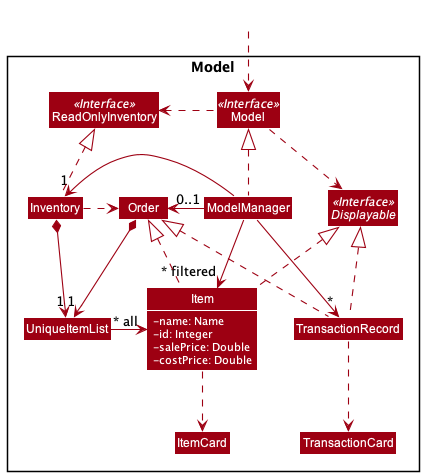
The PlantUML diagram docs/images/ModelClassDiagram.png in nus-cs2103-AY2122S1/tp, before a commit.
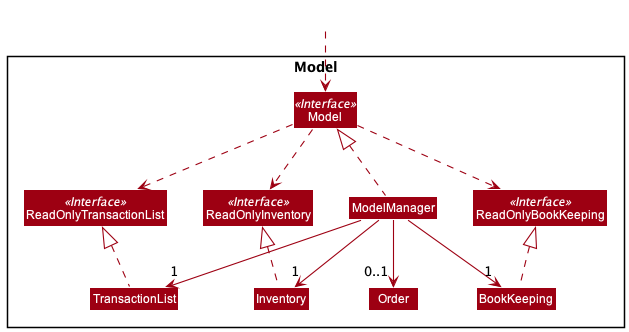
After the change.

Commit message:
Draw class diagram of Model component

Change to the diagram source:
```diff
@@ -7,57 +7,36 @@
 Package Model <<Rectangle>>{
 Interface ReadOnlyInventory <<Interface>>
 Interface Model <<Interface>>
-Interface Displayable <<Interface>>
-Class Inventory
-Class ReadOnlyInventory
+Interface ReadOnlyTransactionList <<Interface>>
+Interface ReadOnlyBookKeeping <<Interface>>
 Class Model
 Class ModelManager
+Class ReadOnlyInventory
+Class ReadOnlyTransactionList
+Class ReadOnlyBookKeeping
+
+Class Inventory
+Class TransactionList
+Class BookKeeping
 Class Order
-Class UniqueItemList
-Class TransactionRecord
-Class Item
-Class ItemCard
-Class TransactionCard
-
-Class Item {
-    -name: Name
-    -id: Integer
-    -salePrice: Double
-    -costPrice: Double
-}
 }
 
 Class HiddenOutside #FFFFFF
 HiddenOutside ..> Model
 
-Model .right.> Displayable
-Model .left.> ReadOnlyInventory
+Model ..> ReadOnlyBookKeeping
+Model ..> ReadOnlyTransactionList
+Model ..> ReadOnlyInventory
+
+
+BookKeeping .up.|> ReadOnlyBookKeeping
+Inventory .up.|> ReadOnlyInventory
+TransactionList .up.|> ReadOnlyTransactionList
 
 ModelManager .up.|> Model
-ModelManager -left-> "1" Inventory
-ModelManager -right-> "0..1" Order
-ModelManager --> "*" TransactionRecord
-
-Inventory .right.> Order
-
-Inventory .up.|> ReadOnlyInventory
-
-Order *--> "1" UniqueItemList
-Inventory *--> "1" UniqueItemList
-
-UniqueItemList -right-> "~* all" Item
-ModelManager -right->"~* filtered" Item
-
-
-Item .up.|> Displayable
-TransactionRecord -[hidden]right- Item
-TransactionRecord .up.|> Displayable
-
-TransactionRecord .up.|> Order
-Item .up.|> Order
-
-Item .down.> ItemCard
-TransactionRecord .down.> TransactionCard
-
+ModelManager --> "1" BookKeeping
+ModelManager --> "1" Inventory
+ModelManager --> "1" TransactionList
+ModelManager --> "0..1" Order
 
 @enduml
```
